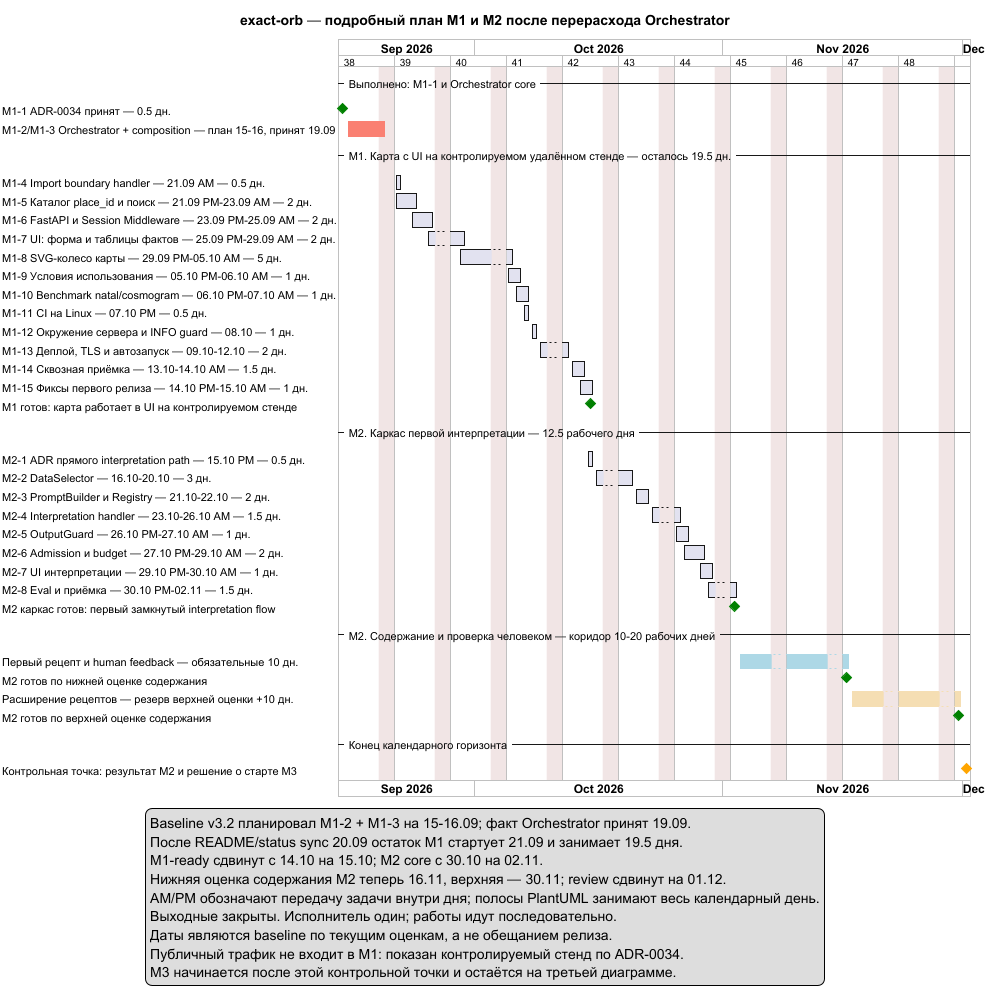
Above: docs/project_management/roadmap_remote_ui_and_interpretation_plan.png in ksenia-baranova/exact-orb-demo (PlantUML), before the change.
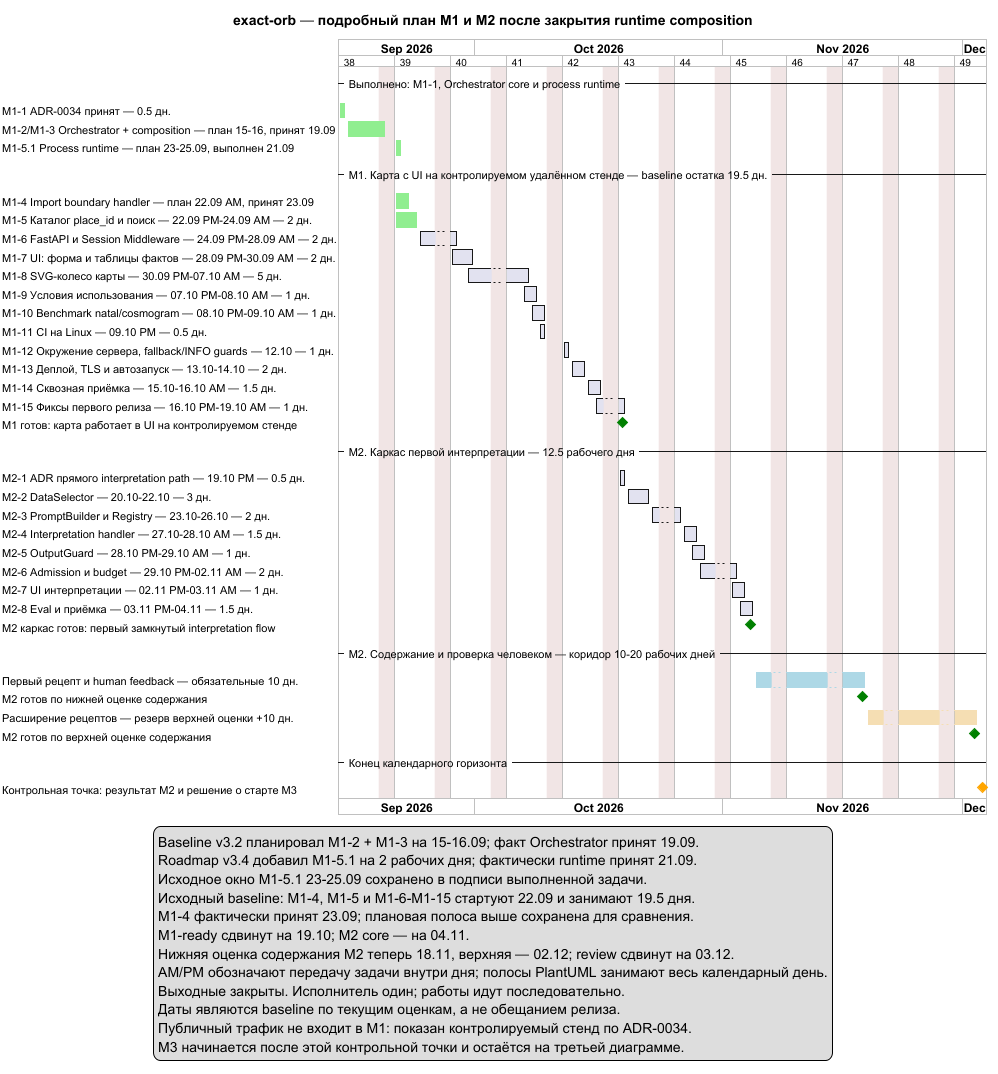
Above is the later version.

Commit message:
docs: update architecture diagrams, overview, and scenarios

The edit, as a diff of the source:
```diff
@@ -1,76 +1,87 @@
 @startgantt
 
-title exact-orb — подробный план M1 и M2 после перерасхода Orchestrator
+title exact-orb — подробный план M1 и M2 после закрытия runtime composition
 Project starts 2026-09-14
 printscale weekly zoom 2
 Label on first column
 saturday are closed
 sunday are closed
 
--- Выполнено: M1-1 и Orchestrator core --
+-- Выполнено: M1-1, Orchestrator core и process runtime --
 
-[M1-1 ADR-0034 принят — 0.5 дн.] as [M11] happens 2026-09-14
+[M1-1 ADR-0034 принят — 0.5 дн.] as [M11] starts 2026-09-14
 [M11] is 100% complete
-[M11] is colored in Green
+[M11] is colored in LightGreen
 
 [M1-2/M1-3 Orchestrator + composition — план 15-16, принят 19.09] as [M12] starts 2026-09-15 and ends 2026-09-19
 [M12] is 100% complete
-[M12] is colored in Salmon
+[M12] is colored in LightGreen
 
--- M1. Карта с UI на контролируемом удалённом стенде — осталось 19.5 дн. --
+[M1-5.1 Process runtime — план 23-25.09, выполнен 21.09] as [M151] starts 2026-09-21
+[M151] is 100% complete
+[M151] is colored in LightGreen
 
-[M1-4 Import boundary handler — 21.09 AM — 0.5 дн.] as [M14] starts 2026-09-21 and ends 2026-09-21
-[M1-5 Каталог place_id и поиск — 21.09 PM-23.09 AM — 2 дн.] as [M15] starts 2026-09-21 and ends 2026-09-23
-[M1-6 FastAPI и Session Middleware — 23.09 PM-25.09 AM — 2 дн.] as [M16] starts 2026-09-23 and ends 2026-09-25
-[M1-7 UI: форма и таблицы фактов — 25.09 PM-29.09 AM — 2 дн.] as [M17] starts 2026-09-25 and ends 2026-09-29
-[M1-8 SVG-колесо карты — 29.09 PM-05.10 AM — 5 дн.] as [M18] starts 2026-09-29 and ends 2026-10-05
-[M1-9 Условия использования — 05.10 PM-06.10 AM — 1 дн.] as [M19] starts 2026-10-05 and ends 2026-10-06
-[M1-10 Benchmark natal/cosmogram — 06.10 PM-07.10 AM — 1 дн.] as [M110] starts 2026-10-06 and ends 2026-10-07
-[M1-11 CI на Linux — 07.10 PM — 0.5 дн.] as [M111] starts 2026-10-07 and ends 2026-10-07
-[M1-12 Окружение сервера и INFO guard — 08.10 — 1 дн.] as [M112] starts 2026-10-08 and ends 2026-10-08
-[M1-13 Деплой, TLS и автозапуск — 09.10-12.10 — 2 дн.] as [M113] starts 2026-10-09 and ends 2026-10-12
-[M1-14 Сквозная приёмка — 13.10-14.10 AM — 1.5 дн.] as [M114] starts 2026-10-13 and ends 2026-10-14
-[M1-15 Фиксы первого релиза — 14.10 PM-15.10 AM — 1 дн.] as [M115] starts 2026-10-14 and ends 2026-10-15
+-- M1. Карта с UI на контролируемом удалённом стенде — baseline остатка 19.5 дн. --
 
-[M1 готов: карта работает в UI на контролируемом стенде] as [M1DONE] happens 2026-10-15
+[M1-4 Import boundary handler — план 22.09 AM, принят 23.09] as [M14] starts 2026-09-21 and ends 2026-09-22
+[M14] is 100% complete
+[M14] is colored in LightGreen
+[M1-5 Каталог place_id и поиск — 22.09 PM-24.09 AM — 2 дн.] as [M15] starts 2026-09-21 and ends 2026-09-23
+[M15] is 100% complete
+[M15] is colored in LightGreen
+[M1-6 FastAPI и Session Middleware — 24.09 PM-28.09 AM — 2 дн.] as [M16] starts 2026-09-24 and ends 2026-09-28
+[M1-7 UI: форма и таблицы фактов — 28.09 PM-30.09 AM — 2 дн.] as [M17] starts 2026-09-28 and ends 2026-09-30
+[M1-8 SVG-колесо карты — 30.09 PM-07.10 AM — 5 дн.] as [M18] starts 2026-09-30 and ends 2026-10-07
+[M1-9 Условия использования — 07.10 PM-08.10 AM — 1 дн.] as [M19] starts 2026-10-07 and ends 2026-10-08
+[M1-10 Benchmark natal/cosmogram — 08.10 PM-09.10 AM — 1 дн.] as [M110] starts 2026-10-08 and ends 2026-10-09
+[M1-11 CI на Linux — 09.10 PM — 0.5 дн.] as [M111] starts 2026-10-09 and ends 2026-10-09
+[M1-12 Окружение сервера, fallback/INFO guards — 12.10 — 1 дн.] as [M112] starts 2026-10-12 and ends 2026-10-12
+[M1-13 Деплой, TLS и автозапуск — 13.10-14.10 — 2 дн.] as [M113] starts 2026-10-13 and ends 2026-10-14
+[M1-14 Сквозная приёмка — 15.10-16.10 AM — 1.5 дн.] as [M114] starts 2026-10-15 and ends 2026-10-16
+[M1-15 Фиксы первого релиза — 16.10 PM-19.10 AM — 1 дн.] as [M115] starts 2026-10-16 and ends 2026-10-19
+
+[M1 готов: карта работает в UI на контролируемом стенде] as [M1DONE] happens 2026-10-19
 [M1DONE] is colored in Green
 
 -- M2. Каркас первой интерпретации — 12.5 рабочего дня --
 
-[M2-1 ADR прямого interpretation path — 15.10 PM — 0.5 дн.] as [M21] starts 2026-10-15 and ends 2026-10-15
-[M2-2 DataSelector — 16.10-20.10 — 3 дн.] as [M22] starts 2026-10-16 and ends 2026-10-20
-[M2-3 PromptBuilder и Registry — 21.10-22.10 — 2 дн.] as [M23] starts 2026-10-21 and ends 2026-10-22
-[M2-4 Interpretation handler — 23.10-26.10 AM — 1.5 дн.] as [M24] starts 2026-10-23 and ends 2026-10-26
-[M2-5 OutputGuard — 26.10 PM-27.10 AM — 1 дн.] as [M25] starts 2026-10-26 and ends 2026-10-27
-[M2-6 Admission и budget — 27.10 PM-29.10 AM — 2 дн.] as [M26] starts 2026-10-27 and ends 2026-10-29
-[M2-7 UI интерпретации — 29.10 PM-30.10 AM — 1 дн.] as [M27] starts 2026-10-29 and ends 2026-10-30
-[M2-8 Eval и приёмка — 30.10 PM-02.11 — 1.5 дн.] as [M28] starts 2026-10-30 and ends 2026-11-02
+[M2-1 ADR прямого interpretation path — 19.10 PM — 0.5 дн.] as [M21] starts 2026-10-19 and ends 2026-10-19
+[M2-2 DataSelector — 20.10-22.10 — 3 дн.] as [M22] starts 2026-10-20 and ends 2026-10-22
+[M2-3 PromptBuilder и Registry — 23.10-26.10 — 2 дн.] as [M23] starts 2026-10-23 and ends 2026-10-26
+[M2-4 Interpretation handler — 27.10-28.10 AM — 1.5 дн.] as [M24] starts 2026-10-27 and ends 2026-10-28
+[M2-5 OutputGuard — 28.10 PM-29.10 AM — 1 дн.] as [M25] starts 2026-10-28 and ends 2026-10-29
+[M2-6 Admission и budget — 29.10 PM-02.11 AM — 2 дн.] as [M26] starts 2026-10-29 and ends 2026-11-02
+[M2-7 UI интерпретации — 02.11 PM-03.11 AM — 1 дн.] as [M27] starts 2026-11-02 and ends 2026-11-03
+[M2-8 Eval и приёмка — 03.11 PM-04.11 — 1.5 дн.] as [M28] starts 2026-11-03 and ends 2026-11-04
 
-[M2 каркас готов: первый замкнутый interpretation flow] as [M2CORE] happens 2026-11-02
+[M2 каркас готов: первый замкнутый interpretation flow] as [M2CORE] happens 2026-11-04
 [M2CORE] is colored in Green
 
 -- M2. Содержание и проверка человеком — коридор 10-20 рабочих дней --
 
-[Первый рецепт и human feedback — обязательные 10 дн.] as [M2C10] starts 2026-11-03 and ends 2026-11-16
+[Первый рецепт и human feedback — обязательные 10 дн.] as [M2C10] starts 2026-11-05 and ends 2026-11-18
 [M2C10] is colored in LightBlue
-[M2 готов по нижней оценке содержания] as [M2EARLY] happens 2026-11-16
+[M2 готов по нижней оценке содержания] as [M2EARLY] happens 2026-11-18
 [M2EARLY] is colored in Green
 
-[Расширение рецептов — резерв верхней оценки +10 дн.] as [M2C20] starts 2026-11-17 and ends 2026-11-30
+[Расширение рецептов — резерв верхней оценки +10 дн.] as [M2C20] starts 2026-11-19 and ends 2026-12-02
 [M2C20] is colored in Wheat
-[M2 готов по верхней оценке содержания] as [M2DONE] happens 2026-11-30
+[M2 готов по верхней оценке содержания] as [M2DONE] happens 2026-12-02
 [M2DONE] is colored in Green
 
 -- Конец календарного горизонта --
 
-[Контрольная точка: результат M2 и решение о старте M3] as [NOVREVIEW] happens 2026-12-01
+[Контрольная точка: результат M2 и решение о старте M3] as [NOVREVIEW] happens 2026-12-03
 [NOVREVIEW] is colored in Orange
 
 legend bottom
   Baseline v3.2 планировал M1-2 + M1-3 на 15-16.09; факт Orchestrator принят 19.09.
-  После README/status sync 20.09 остаток M1 стартует 21.09 и занимает 19.5 дня.
-  M1-ready сдвинут с 14.10 на 15.10; M2 core с 30.10 на 02.11.
-  Нижняя оценка содержания M2 теперь 16.11, верхняя — 30.11; review сдвинут на 01.12.
+  Roadmap v3.4 добавил M1-5.1 на 2 рабочих дня; фактически runtime принят 21.09.
+  Исходное окно M1-5.1 23-25.09 сохранено в подписи выполненной задачи.
+  Исходный baseline: M1-4, M1-5 и M1-6-M1-15 стартуют 22.09 и занимают 19.5 дня.
+  M1-4 фактически принят 23.09; плановая полоса выше сохранена для сравнения.
+  M1-ready сдвинут на 19.10; M2 core — на 04.11.
+  Нижняя оценка содержания M2 теперь 18.11, верхняя — 02.12; review сдвинут на 03.12.
   AM/PM обозначают передачу задачи внутри дня; полосы PlantUML занимают весь календарный день.
   Выходные закрыты. Исполнитель один; работы идут последовательно.
   Даты являются baseline по текущим оценкам, а не обещанием релиза.
```
